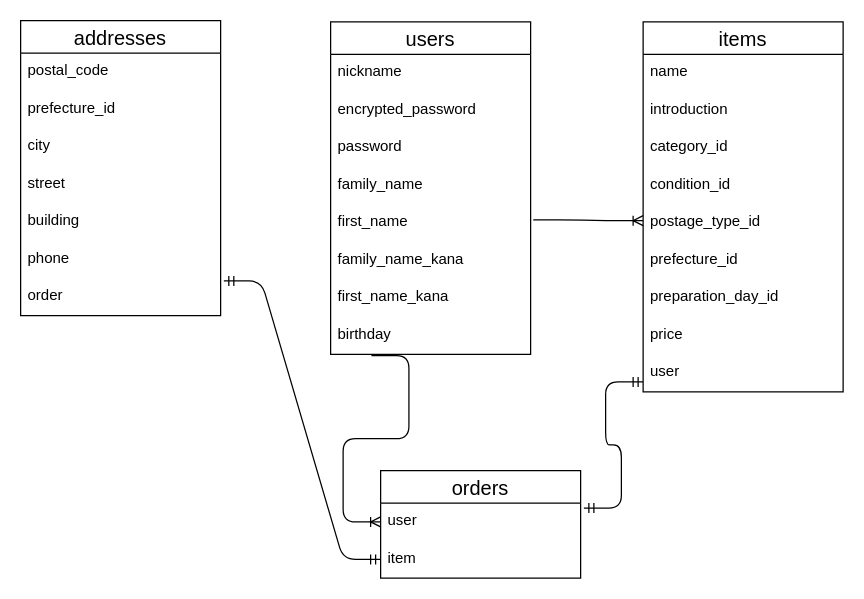
Earlier version of the draw.io diagram furima.dio (KENTA-AGAWA1984/furima-37672). Source tidied: cells renumbered, new cells numbered last; positions are measured from the earlier drawing's top-left corner, leaving out a move shared by most shapes. Both pictures are drawn from the tidied source at 125%, with x=0, y=0 at pixel (20, 20).
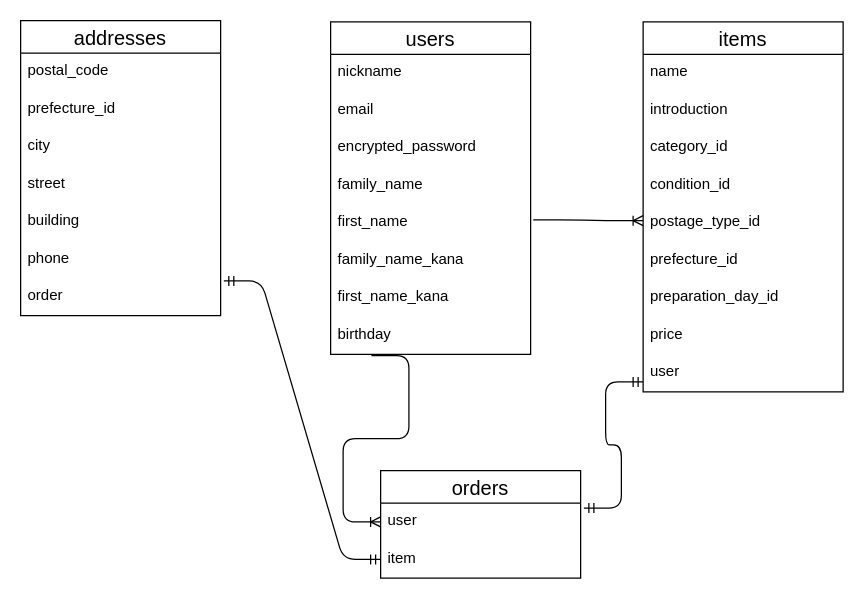
After the change.

Commit message:
ER図のカラムを修正

Unchanged cells that the change refers to:
```xml
<mxCell id="2" value="users" style="swimlane;fontStyle=0;horizontal=1;startSize=26;align=center;fontSize=16;" parent="1" vertex="1">
  <mxGeometry x="248" y="1" width="160" height="266" as="geometry" />
</mxCell>
```

What changed in the source:
```diff
@@
-    <mxCell id="4" value="encrypted_password" style="text;strokeColor=none;fillColor=none;spacingLeft=4;spacingRight=4;overflow=hidden;fontSize=12;" parent="2" vertex="1">
+    <mxCell id="4" value="email" style="text;strokeColor=none;fillColor=none;spacingLeft=4;spacingRight=4;overflow=hidden;fontSize=12;" parent="2" vertex="1">
       <mxGeometry y="56" width="160" height="30" as="geometry" />
     </mxCell>
-    <mxCell id="5" value="password" style="text;strokeColor=none;fillColor=none;spacingLeft=4;spacingRight=4;overflow=hidden;fontSize=12;" parent="2" vertex="1">
+    <mxCell id="5" value="encrypted_password" style="text;strokeColor=none;fillColor=none;spacingLeft=4;spacingRight=4;overflow=hidden;fontSize=12;" parent="2" vertex="1">
       <mxGeometry y="86" width="160" height="30" as="geometry" />
     </mxCell>
```
